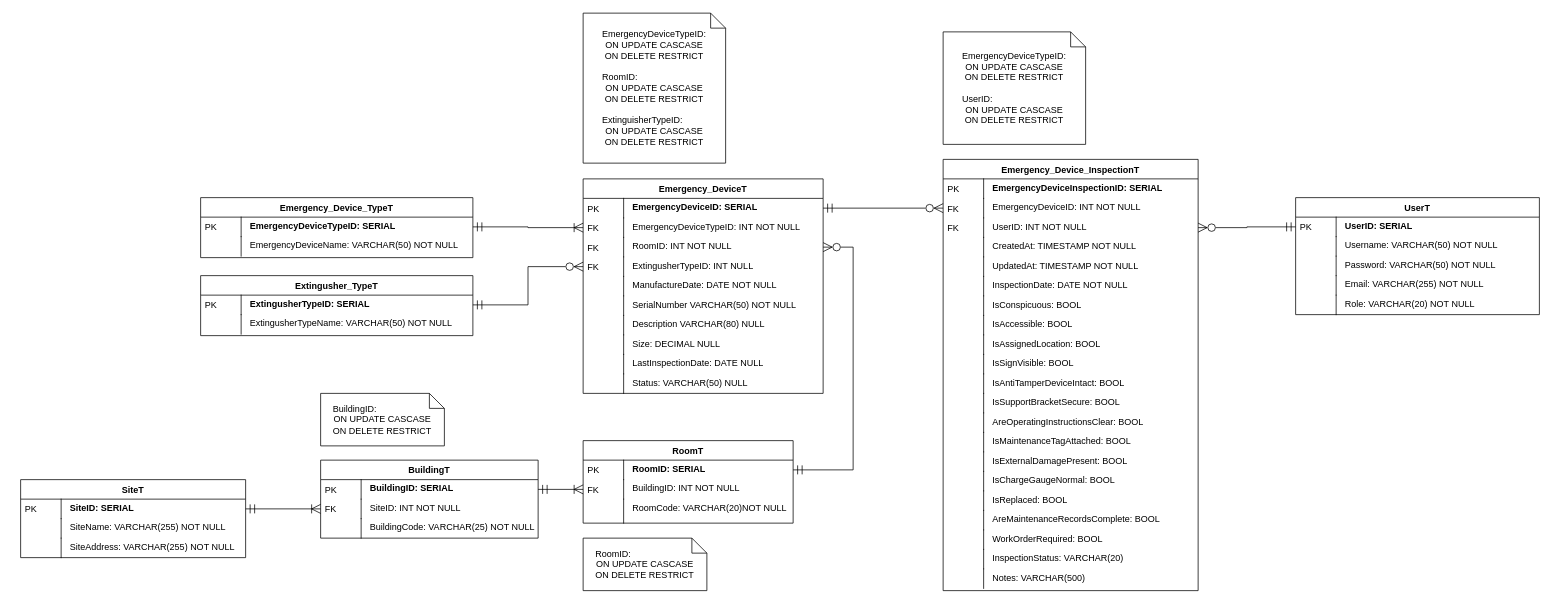
This is Diagrams/ERD/erd.drawio from AlexGithub777/BAP---Project, a draw.io file, before an edit. Source tidied: cells renumbered, new cells numbered last; positions are measured from the earlier drawing's top-left corner, leaving out a move shared by most shapes. Both pictures are drawn from the tidied source at 75%, with x=0, y=0 at pixel (20, 13).
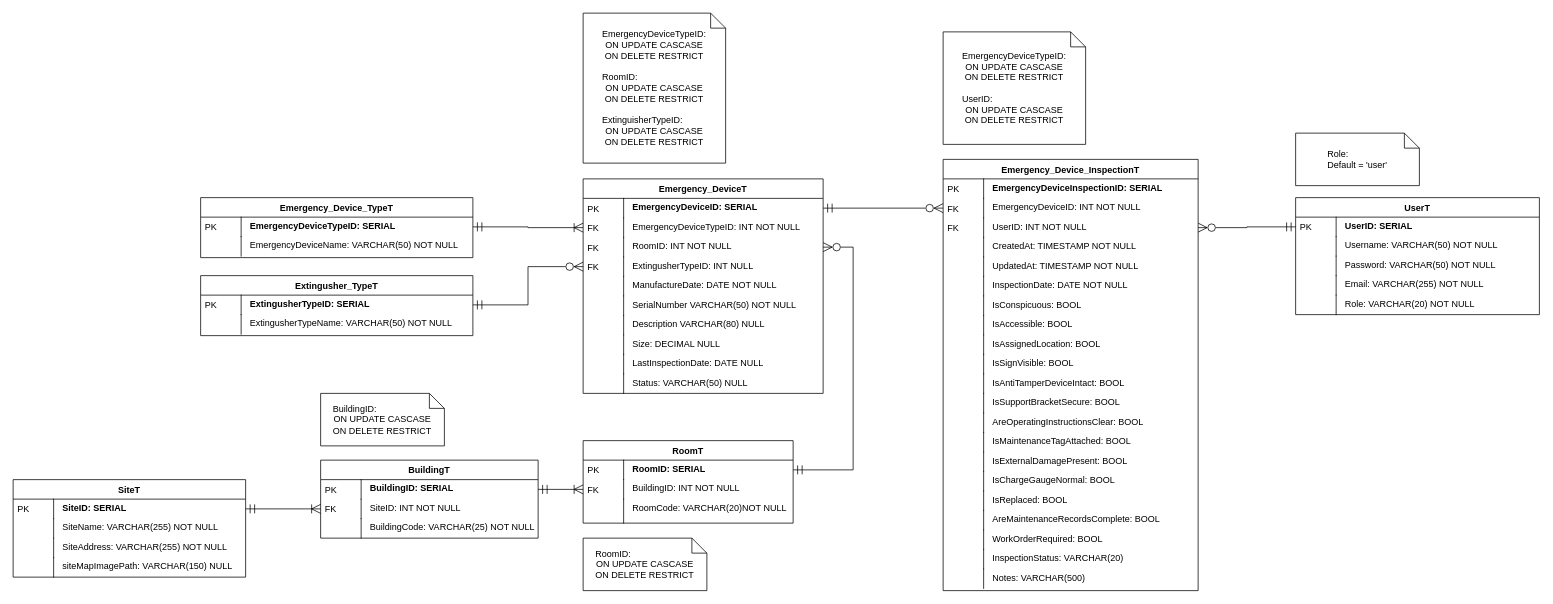
The same diagram, later.

What changed in the source:
```diff
@@
     <mxCell id="23" value="SiteT" style="swimlane;fontStyle=1;horizontal=1;startSize=26;fillColor=default;swimlaneFillColor=default;align=center;" parent="1" vertex="1">
-      <mxGeometry y="622" width="300" height="104" as="geometry" />
+      <mxGeometry x="-10" y="622" width="310" height="130" as="geometry" />
     </mxCell>
     <mxCell id="24" value="SiteID: SERIAL" style="shape=partialRectangle;top=0;left=0;right=0;bottom=0;align=left;verticalAlign=top;spacingTop=-2;fillColor=none;spacingLeft=64;spacingRight=4;overflow=hidden;points=[[0,0.5],[1,0.5]];portConstraint=eastwest;fontStyle=1;" parent="23" vertex="1">
-      <mxGeometry y="26" width="300" height="26" as="geometry" />
+      <mxGeometry y="26" width="310" height="26" as="geometry" />
     </mxCell>
@@
     <mxCell id="26" value="SiteName: VARCHAR(255) NOT NULL" style="shape=partialRectangle;top=0;left=0;right=0;bottom=0;align=left;verticalAlign=top;spacingTop=-2;fillColor=none;spacingLeft=64;spacingRight=4;overflow=hidden;" parent="23" vertex="1">
-      <mxGeometry y="52" width="300" height="26" as="geometry" />
+      <mxGeometry y="52" width="310" height="26" as="geometry" />
     </mxCell>
@@
     <mxCell id="28" value="SiteAddress: VARCHAR(255) NOT NULL" style="shape=partialRectangle;top=0;left=0;right=0;bottom=0;align=left;verticalAlign=top;spacingTop=-2;fillColor=none;spacingLeft=64;spacingRight=4;overflow=hidden;" parent="23" vertex="1">
-      <mxGeometry y="78" width="300" height="26" as="geometry" />
+      <mxGeometry y="78" width="310" height="26" as="geometry" />
     </mxCell>
@@
+    <mxCell id="119" value="siteMapImagePath: VARCHAR(150) NULL" style="shape=partialRectangle;top=0;left=0;right=0;bottom=0;align=left;verticalAlign=top;spacingTop=-2;fillColor=none;spacingLeft=64;spacingRight=4;overflow=hidden;" parent="23" vertex="1">
+      <mxGeometry y="104" width="310" height="26" as="geometry" />
+    </mxCell>
+    <mxCell id="120" style="shape=partialRectangle;top=0;left=0;bottom=0;fillColor=none;align=left;verticalAlign=middle;spacingLeft=4;spacingRight=4;overflow=hidden;" parent="119" vertex="1">
+      <mxGeometry width="54" height="26" as="geometry" />
+    </mxCell>
@@
+    <mxCell id="121" value="&lt;div style=&quot;text-align: left;&quot;&gt;&lt;span style=&quot;background-color: initial;&quot;&gt;Role:&lt;/span&gt;&lt;/div&gt;&lt;div style=&quot;text-align: left;&quot;&gt;Default = 'user'&lt;/div&gt;" style="shape=note;size=20;whiteSpace=wrap;html=1;" parent="1" vertex="1">
+      <mxGeometry x="1700" y="160" width="165" height="70" as="geometry" />
+    </mxCell>
```
